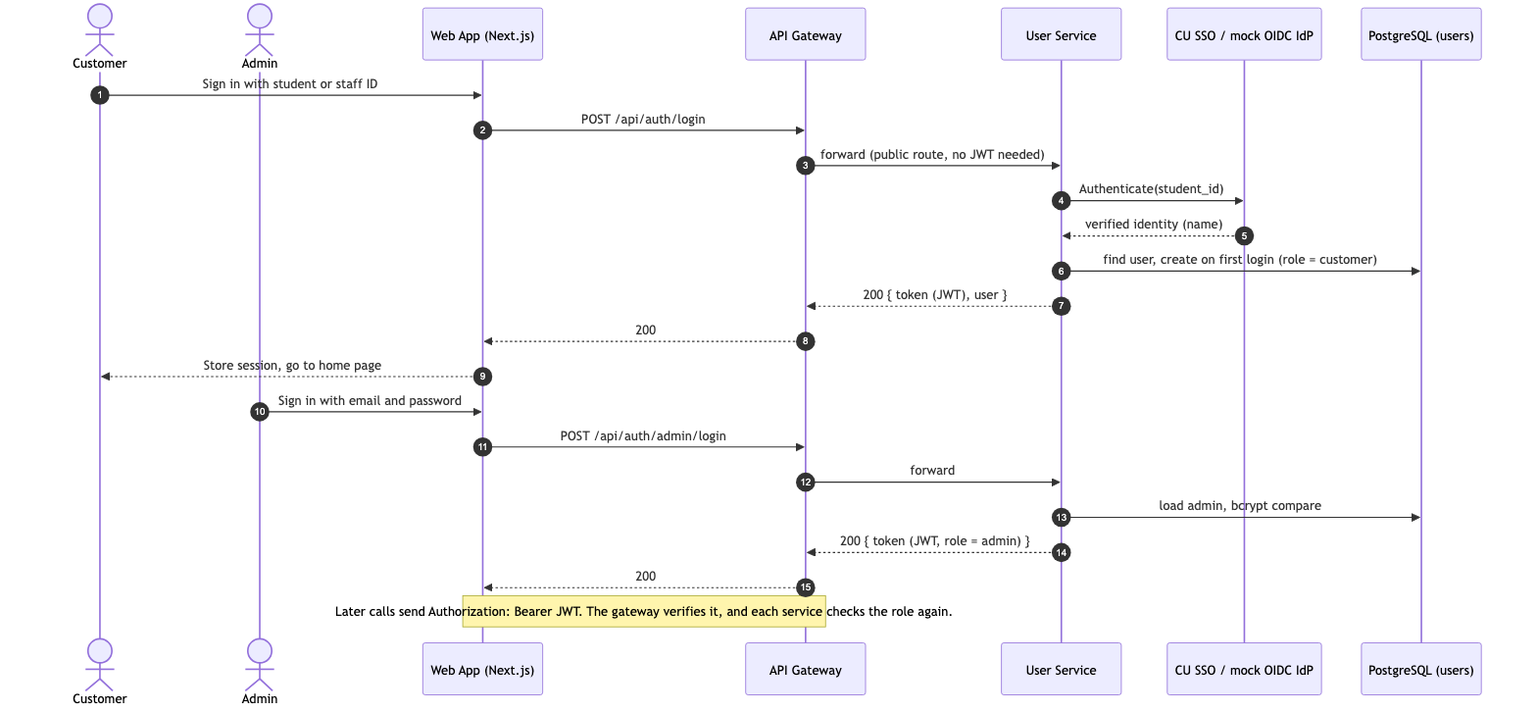
Earlier version of the Mermaid export docs/diagrams/seq-login.png (Mysterioucz/cu-seat-finder). Its source is kept beside it as docs/diagrams/seq-login.mmd.
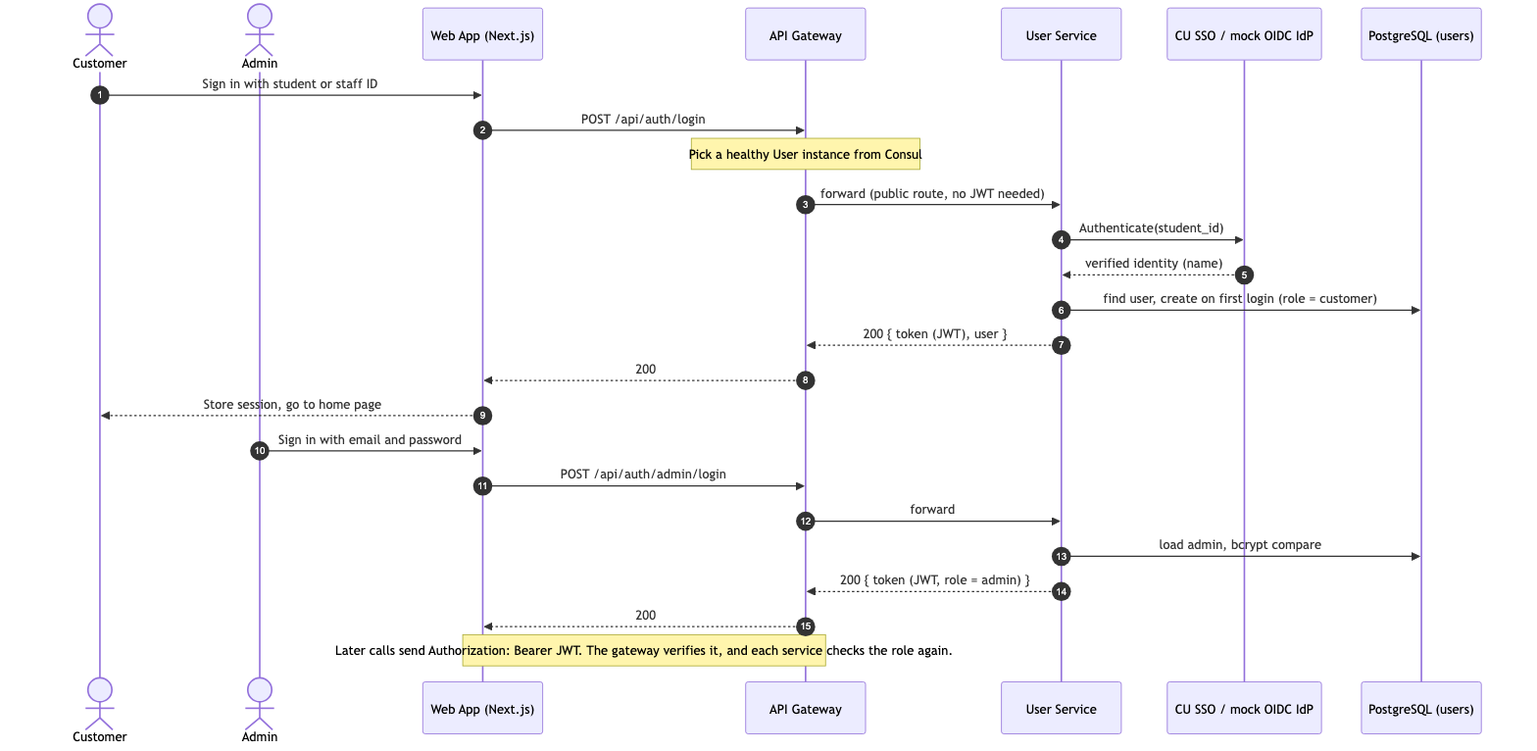
The same diagram one commit later.

Commit message:
docs: add Consul registry to C4 and sequence diagrams

What changed in the source:
```diff
@@ -10,6 +10,7 @@
 
     C->>W: Sign in with student or staff ID
     W->>G: POST /api/auth/login
+    Note over G: Pick a healthy User instance from Consul
     G->>U: forward (public route, no JWT needed)
     U->>IdP: Authenticate(student_id)
     IdP-->>U: verified identity (name)
```
